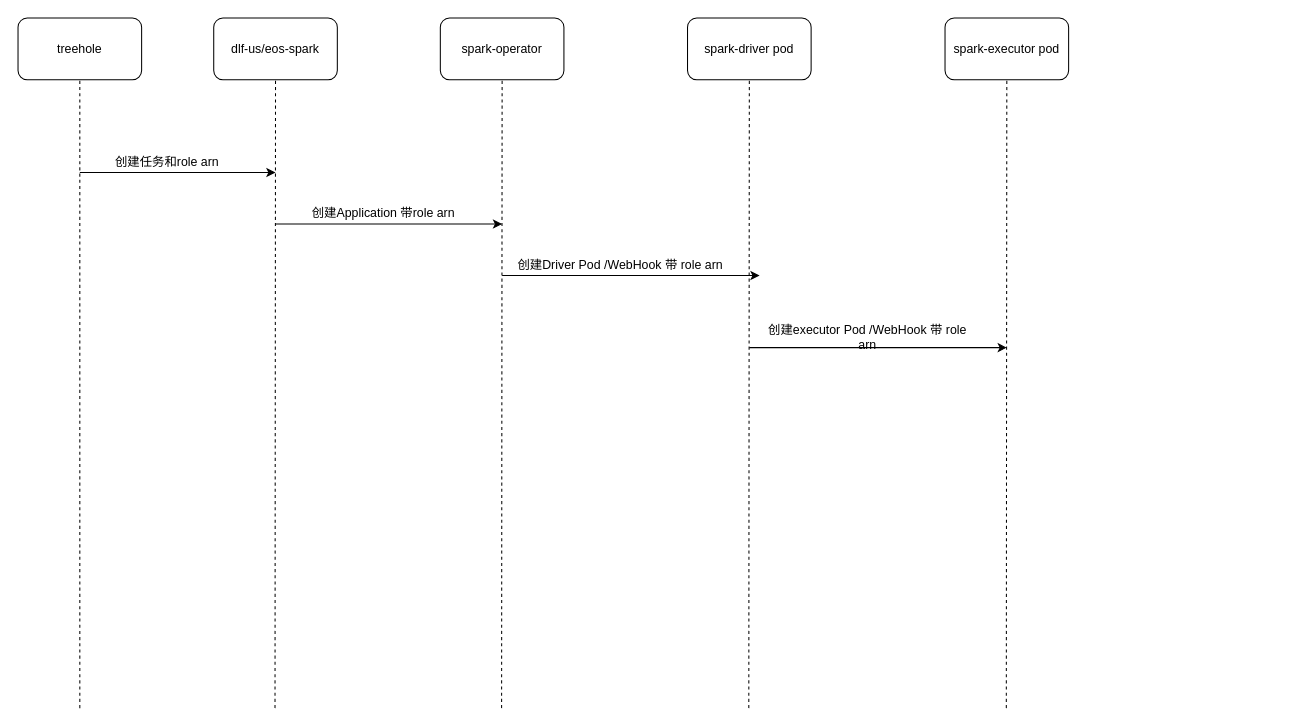
Earlier version of the draw.io diagram k8s-spark多角色设计.drawio (yuhuali1989/ui). Source tidied: cells renumbered, new cells numbered last; positions are measured from the earlier drawing's top-left corner, leaving out a move shared by most shapes. Both pictures are drawn from the tidied source at 103%, with x=0, y=0 at pixel (18, 18).
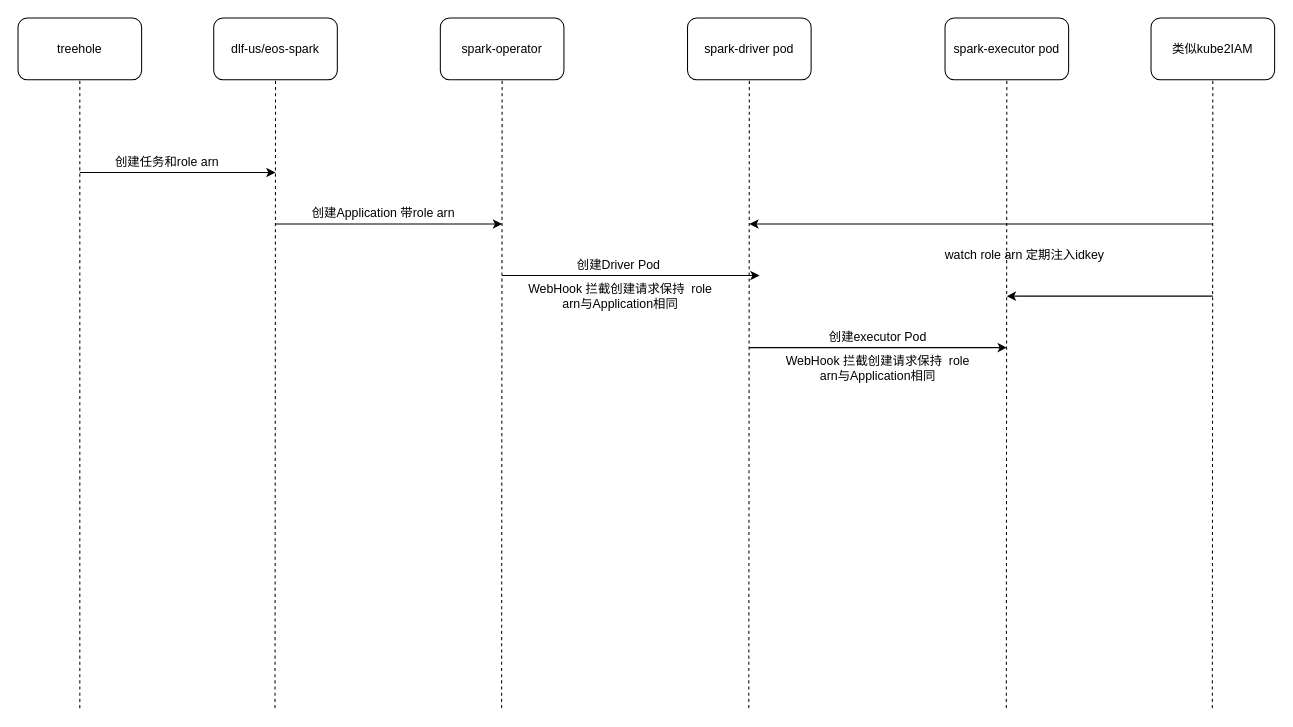
After the change.

Commit message (it also covers changes not shown here):
Update k8s-spark多角色设计.drawio

Diff of the diagram source:
```diff
@@
-    <mxCell id="15" value="创建Driver Pod /WebHook 带 role arn" style="text;html=1;strokeColor=none;fillColor=none;align=center;verticalAlign=middle;whiteSpace=wrap;rounded=0;" parent="1" vertex="1">
+    <mxCell id="15" value="创建Driver Pod&amp;nbsp;" style="text;html=1;strokeColor=none;fillColor=none;align=center;verticalAlign=middle;whiteSpace=wrap;rounded=0;" parent="1" vertex="1">
       <mxGeometry x="480" y="230" width="210" height="20" as="geometry" />
     </mxCell>
@@
-    <mxCell id="19" value="创建executor Pod /WebHook 带 role arn" style="text;html=1;strokeColor=none;fillColor=none;align=center;verticalAlign=middle;whiteSpace=wrap;rounded=0;" parent="1" vertex="1">
-      <mxGeometry x="720" y="300" width="210" height="20" as="geometry" />
+    <mxCell id="19" value="创建executor Pod" style="text;html=1;strokeColor=none;fillColor=none;align=center;verticalAlign=middle;whiteSpace=wrap;rounded=0;" parent="1" vertex="1">
+      <mxGeometry x="720" y="300" width="230" height="20" as="geometry" />
     </mxCell>
+    <mxCell id="20" value="WebHook 拦截创建请求保持&amp;nbsp; role arn与Application相同" style="text;html=1;strokeColor=none;fillColor=none;align=center;verticalAlign=middle;whiteSpace=wrap;rounded=0;" parent="1" vertex="1">
+      <mxGeometry x="490" y="260" width="190" height="20" as="geometry" />
+    </mxCell>
+    <mxCell id="21" value="WebHook 拦截创建请求保持&amp;nbsp; role arn与Application相同" style="text;html=1;strokeColor=none;fillColor=none;align=center;verticalAlign=middle;whiteSpace=wrap;rounded=0;" parent="1" vertex="1">
+      <mxGeometry x="740" y="330" width="190" height="20" as="geometry" />
+    </mxCell>
+    <mxCell id="22" value="类似kube2IAM" style="rounded=1;whiteSpace=wrap;html=1;" parent="1" vertex="1">
+      <mxGeometry x="1100" width="120" height="60" as="geometry" />
+    </mxCell>
+    <mxCell id="23" style="endArrow=none;dashed=1;html=1;entryX=0.5;entryY=1;entryDx=0;entryDy=0;" parent="1" edge="1" target="22">
+      <mxGeometry relative="1" as="geometry">
+        <mxPoint x="1159.5" y="670" as="sourcePoint" />
+      </mxGeometry>
+    </mxCell>
+    <mxCell id="24" style="endArrow=classic;html=1;" parent="1" edge="1">
+      <mxGeometry relative="1" as="geometry">
+        <mxPoint x="1160" y="200" as="sourcePoint" />
+        <mxPoint x="710" y="200" as="targetPoint" />
+      </mxGeometry>
+    </mxCell>
+    <mxCell id="25" style="endArrow=classic;html=1;" parent="1" edge="1">
+      <mxGeometry relative="1" as="geometry">
+        <mxPoint x="1160" y="270" as="sourcePoint" />
+        <mxPoint x="960" y="270" as="targetPoint" />
+      </mxGeometry>
+    </mxCell>
+    <mxCell id="26" value="watch role arn 定期注入idkey" style="text;html=1;strokeColor=none;fillColor=none;align=center;verticalAlign=middle;whiteSpace=wrap;rounded=0;" parent="1" vertex="1">
+      <mxGeometry x="850" y="220" width="255" height="20" as="geometry" />
+    </mxCell>
```
